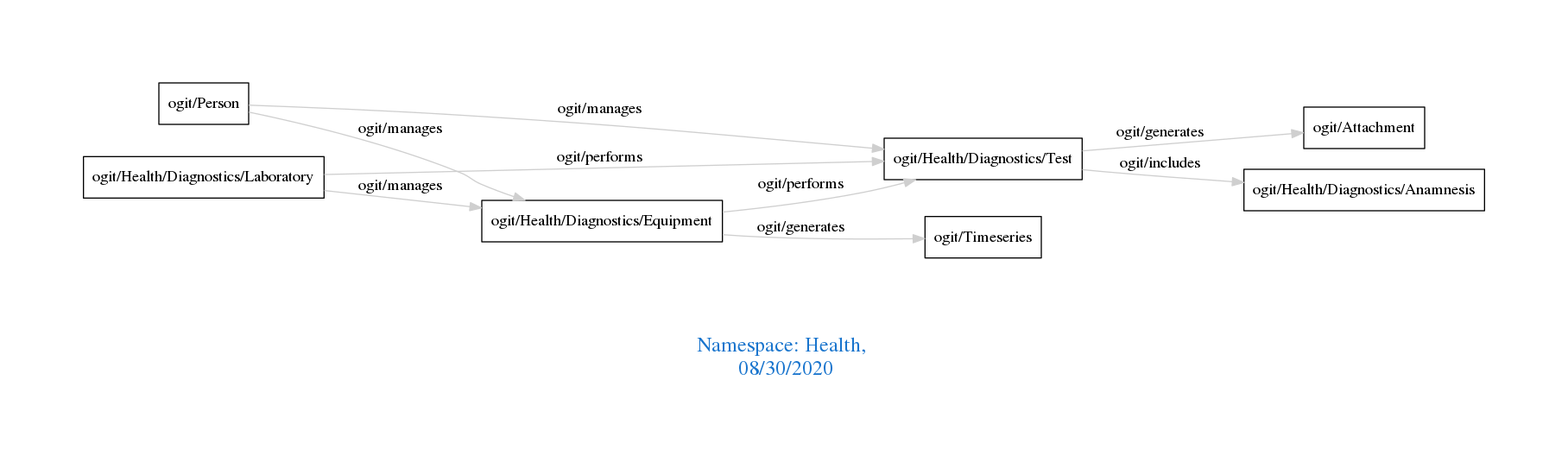
Before: downloads/Health.png, a diagram exported from Graphviz (arago/OGIT). Its source is kept beside it as downloads/Health.dot.
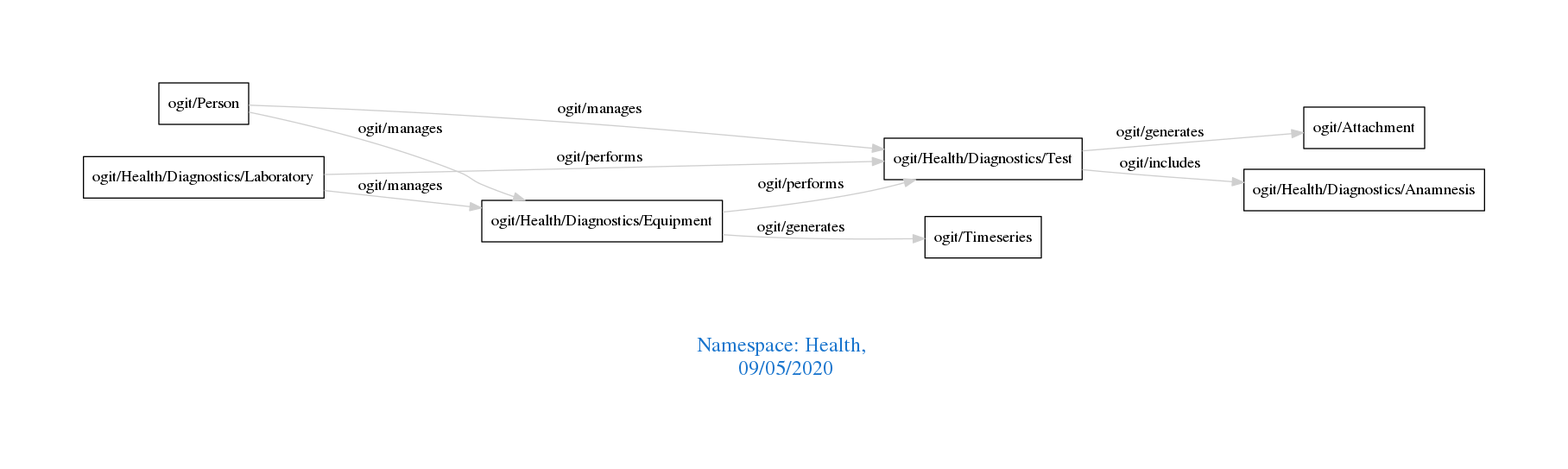
The same file after the commit.

The edit, as a diff of the source:
```diff
@@ -1,7 +1,7 @@
 digraph OGIT_ontology {
  graph [ rankdir= LR,pad=1
 fontsize = 18,
-fontcolor= dodgerblue3,label = "\n\n\nNamespace: Health, \n 08/30/2020"];
+fontcolor= dodgerblue3,label = "\n\n\nNamespace: Health, \n 09/05/2020"];
 node[shape=polygon];
 edge [  color="gray81"];
 
```
